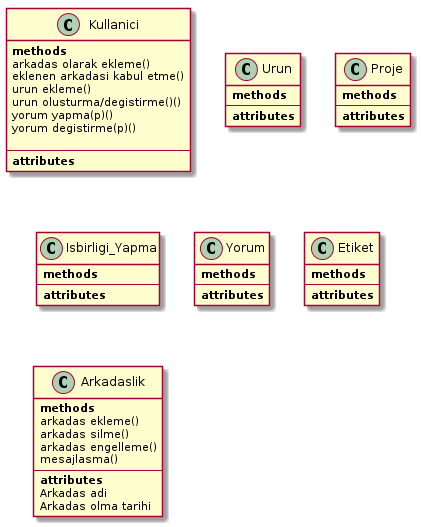
Before: siniflar_semasi.png, a diagram exported from PlantUML (icandac/uml_graphics).
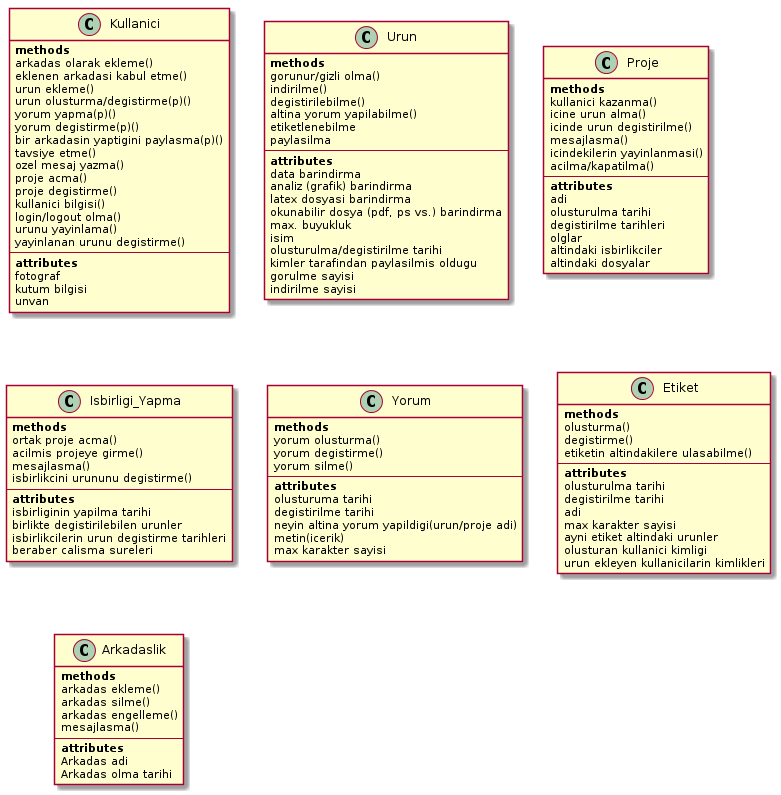
After the commit.

Commit message:
siniflar semasi taslaktaki son haline getirildi.

The edit, as a diff of the source:
```diff
@@ -5,42 +5,107 @@
 	arkadas olarak ekleme()
 	eklenen arkadasi kabul etme()
 	urun ekleme()
-	urun olusturma/degistirme()()
+	urun olusturma/degistirme(p)()
 	yorum yapma(p)()
 	yorum degistirme(p)()
-
+	bir arkadasin yaptigini paylasma(p)()
+	tavsiye etme()
+	ozel mesaj yazma()
+	proje acma()
+	proje degistirme()
+	kullanici bilgisi()
+	login/logout olma()
+	urunu yayinlama()
+	yayinlanan urunu degistirme()
 	--
 	<b>attributes</b>
+	fotograf
+	kutum bilgisi
+	unvan
 }
 
 Class Urun {
 	<b>methods</b>
+	gorunur/gizli olma()
+	indirilme()
+	degistirilebilme()
+	altina yorum yapilabilme()
+	etiketlenebilme
+	paylasilma
 	--
 	<b>attributes</b>
+	data barindirma
+	analiz (grafik) barindirma
+	latex dosyasi barindirma
+	okunabilir dosya (pdf, ps vs.) barindirma
+	max. buyukluk
+	isim
+	olusturulma/degistirilme tarihi
+	kimler tarafindan paylasilmis oldugu
+	gorulme sayisi
+	indirilme sayisi
 }
 
 Class Proje {
 	<b>methods</b>
+	kullanici kazanma()
+	icine urun alma()
+	icinde urun degistirilme()
+	mesajlasma()
+	icindekilerin yayinlanmasi()
+	acilma/kapatilma()
 	--
 	<b>attributes</b>
+	adi
+	olusturulma tarihi
+	degistirilme tarihleri
+	olglar
+	altindaki isbirlikciler
+	altindaki dosyalar
 }
 
 Class Isbirligi_Yapma {
 	<b>methods</b>
+	ortak proje acma()
+	acilmis projeye girme()
+	mesajlasma()
+	isbirlikcini urununu degistirme()
 	--
 	<b>attributes</b>
+	isbirliginin yapilma tarihi
+	birlikte degistirilebilen urunler
+	isbirlikcilerin urun degistirme tarihleri
+	beraber calisma sureleri
 }
 
 Class Yorum {
 	<b>methods</b>
+	yorum olusturma()
+	yorum degistirme()
+	yorum silme()
 	--
 	<b>attributes</b>
+	olusturuma tarihi
+	degistirilme tarihi
+	neyin altina yorum yapildigi(urun/proje adi)
+	metin(icerik)
+	max karakter sayisi
 }
 
 Class Etiket {
 	<b>methods</b>
+	olusturma()
+	degistirme()
+	etiketin altindakilere ulasabilme()
 	--
 	<b>attributes</b>
+	olusturulma tarihi
+	degistirilme tarihi
+	adi
+	max karakter sayisi
+	ayni etiket altindaki urunler
+	olusturan kullanici kimligi
+	urun ekleyen kullanicilarin kimlikleri
 }
 
 Class Arkadaslik {
```
